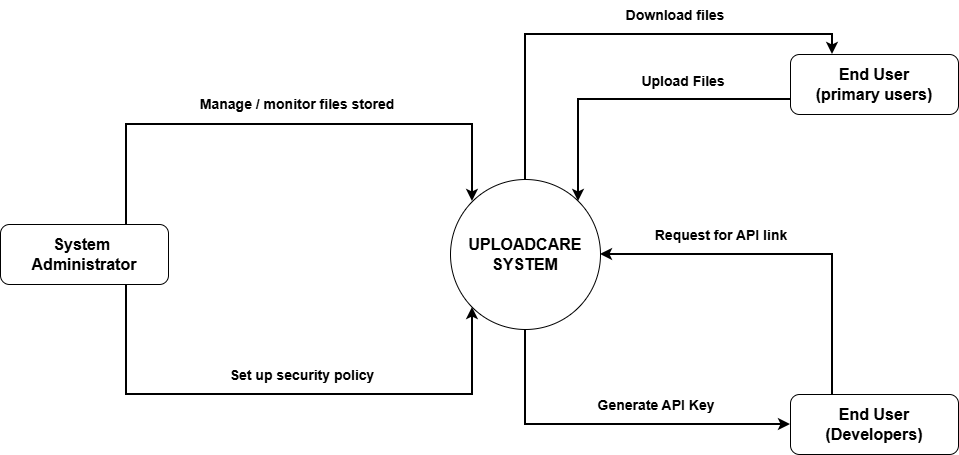
DLMiTech/Project26 keeps this draw.io diagram as FileStorage-Weekend/doc/diagrams/uploadCare/Context.drawio.png. Above is the earlier version. Source tidied: cells renumbered, new cells last; positions are measured from the earlier drawing's top-left corner, leaving out a move shared by most shapes. The source it was exported from:
```xml
<mxGraphModel>
  <root>
    <mxCell id="0" />
    <mxCell id="1" parent="0" />
    <mxCell id="2" style="edgeStyle=orthogonalEdgeStyle;rounded=0;jettySize=auto;html=1;exitX=0.5;exitY=1;exitDx=0;exitDy=0;entryX=0;entryY=0.5;entryDx=0;entryDy=0;strokeWidth=2;" parent="1" edge="1" source="3" target="8">
      <mxGeometry relative="1" as="geometry" />
    </mxCell>
    <mxCell id="3" value="&lt;font size=&quot;3&quot;&gt;&lt;b&gt;UPLOADCARE&lt;/b&gt;&lt;/font&gt;&lt;div&gt;&lt;font size=&quot;3&quot;&gt;&lt;b&gt;SYSTEM&lt;/b&gt;&lt;/font&gt;&lt;/div&gt;" style="ellipse;whiteSpace=wrap;html=1;" parent="1" vertex="1">
      <mxGeometry x="450" y="179" width="150" height="150" as="geometry" />
    </mxCell>
    <mxCell id="4" style="edgeStyle=orthogonalEdgeStyle;rounded=0;jettySize=auto;html=1;exitX=0;exitY=0.75;exitDx=0;exitDy=0;entryX=1;entryY=0;entryDx=0;entryDy=0;strokeWidth=2;" parent="1" edge="1" source="6" target="3">
      <mxGeometry relative="1" as="geometry" />
    </mxCell>
    <mxCell id="5" style="edgeStyle=orthogonalEdgeStyle;rounded=0;jettySize=auto;html=1;exitX=0.25;exitY=0;exitDx=0;exitDy=0;entryX=0.5;entryY=0;entryDx=0;entryDy=0;startArrow=classic;startFill=1;endArrow=none;endFill=0;strokeWidth=2;" parent="1" edge="1" source="6" target="3">
      <mxGeometry relative="1" as="geometry" />
    </mxCell>
    <mxCell id="6" value="&lt;font size=&quot;3&quot;&gt;&lt;b&gt;End User&lt;/b&gt;&lt;/font&gt;&lt;div&gt;&lt;font size=&quot;3&quot;&gt;&lt;b&gt;(primary users)&lt;/b&gt;&lt;/font&gt;&lt;/div&gt;" style="rounded=1;whiteSpace=wrap;html=1;" parent="1" vertex="1">
      <mxGeometry x="790" y="54" width="168" height="60" as="geometry" />
    </mxCell>
    <mxCell id="7" style="edgeStyle=orthogonalEdgeStyle;rounded=0;jettySize=auto;html=1;exitX=0.25;exitY=0;exitDx=0;exitDy=0;entryX=1;entryY=0.5;entryDx=0;entryDy=0;strokeWidth=2;" parent="1" edge="1" source="8" target="3">
      <mxGeometry relative="1" as="geometry" />
    </mxCell>
    <mxCell id="8" value="&lt;font size=&quot;3&quot;&gt;&lt;b&gt;End User&lt;/b&gt;&lt;/font&gt;&lt;div&gt;&lt;font size=&quot;3&quot;&gt;&lt;b&gt;(Developers)&lt;/b&gt;&lt;/font&gt;&lt;/div&gt;" style="rounded=1;whiteSpace=wrap;html=1;" parent="1" vertex="1">
      <mxGeometry x="790" y="394" width="168" height="60" as="geometry" />
    </mxCell>
    <mxCell id="9" style="edgeStyle=orthogonalEdgeStyle;rounded=0;jettySize=auto;html=1;exitX=0.75;exitY=0;exitDx=0;exitDy=0;entryX=0;entryY=0;entryDx=0;entryDy=0;strokeWidth=2;" parent="1" edge="1" source="11" target="3">
      <mxGeometry relative="1" as="geometry">
        <Array as="points">
          <mxPoint x="126" y="124" />
          <mxPoint x="472" y="124" />
        </Array>
      </mxGeometry>
    </mxCell>
    <mxCell id="10" style="edgeStyle=orthogonalEdgeStyle;rounded=0;jettySize=auto;html=1;exitX=0.75;exitY=1;exitDx=0;exitDy=0;entryX=0;entryY=1;entryDx=0;entryDy=0;strokeWidth=2;" parent="1" edge="1" source="11" target="3">
      <mxGeometry relative="1" as="geometry">
        <Array as="points">
          <mxPoint x="126" y="394" />
          <mxPoint x="472" y="394" />
        </Array>
      </mxGeometry>
    </mxCell>
    <mxCell id="11" value="&lt;font size=&quot;3&quot;&gt;&lt;b&gt;System&amp;nbsp;&lt;/b&gt;&lt;/font&gt;&lt;div&gt;&lt;font size=&quot;3&quot;&gt;&lt;b&gt;Administrator&lt;/b&gt;&lt;/font&gt;&lt;/div&gt;" style="rounded=1;whiteSpace=wrap;html=1;" parent="1" vertex="1">
      <mxGeometry y="224" width="168" height="60" as="geometry" />
    </mxCell>
    <mxCell id="12" value="&lt;span style=&quot;font-size: 14px;&quot;&gt;&lt;b&gt;Manage / monitor files stored&amp;nbsp;&lt;/b&gt;&lt;/span&gt;" style="text;html=1;whiteSpace=wrap;strokeColor=none;fillColor=none;align=center;verticalAlign=middle;rounded=0;" parent="1" vertex="1">
      <mxGeometry x="191" y="89" width="216" height="30" as="geometry" />
    </mxCell>
    <mxCell id="13" value="&lt;span style=&quot;font-size: 14px;&quot;&gt;&lt;b&gt;Download files&lt;/b&gt;&lt;/span&gt;" style="text;html=1;whiteSpace=wrap;strokeColor=none;fillColor=none;align=center;verticalAlign=middle;rounded=0;" parent="1" vertex="1">
      <mxGeometry x="595" width="160" height="30" as="geometry" />
    </mxCell>
    <mxCell id="14" value="&lt;span style=&quot;font-size: 14px;&quot;&gt;&lt;b&gt;Upload Files&lt;/b&gt;&lt;/span&gt;" style="text;html=1;whiteSpace=wrap;strokeColor=none;fillColor=none;align=center;verticalAlign=middle;rounded=0;" parent="1" vertex="1">
      <mxGeometry x="603" y="66" width="160" height="30" as="geometry" />
    </mxCell>
    <mxCell id="15" value="&lt;span style=&quot;font-size: 14px;&quot;&gt;&lt;b&gt;Request for API link&lt;/b&gt;&lt;/span&gt;" style="text;html=1;whiteSpace=wrap;strokeColor=none;fillColor=none;align=center;verticalAlign=middle;rounded=0;" parent="1" vertex="1">
      <mxGeometry x="641" y="220" width="160" height="30" as="geometry" />
    </mxCell>
    <mxCell id="16" value="&lt;span style=&quot;font-size: 14px;&quot;&gt;&lt;b&gt;Generate API Key&lt;/b&gt;&lt;/span&gt;" style="text;html=1;whiteSpace=wrap;strokeColor=none;fillColor=none;align=center;verticalAlign=middle;rounded=0;" parent="1" vertex="1">
      <mxGeometry x="576" y="390" width="160" height="30" as="geometry" />
    </mxCell>
    <mxCell id="17" value="&lt;span style=&quot;font-size: 14px;&quot;&gt;&lt;b&gt;Set up security policy&amp;nbsp;&lt;/b&gt;&lt;/span&gt;" style="text;html=1;whiteSpace=wrap;strokeColor=none;fillColor=none;align=center;verticalAlign=middle;rounded=0;" parent="1" vertex="1">
      <mxGeometry x="224" y="360" width="160" height="30" as="geometry" />
    </mxCell>
  </root>
</mxGraphModel>
```
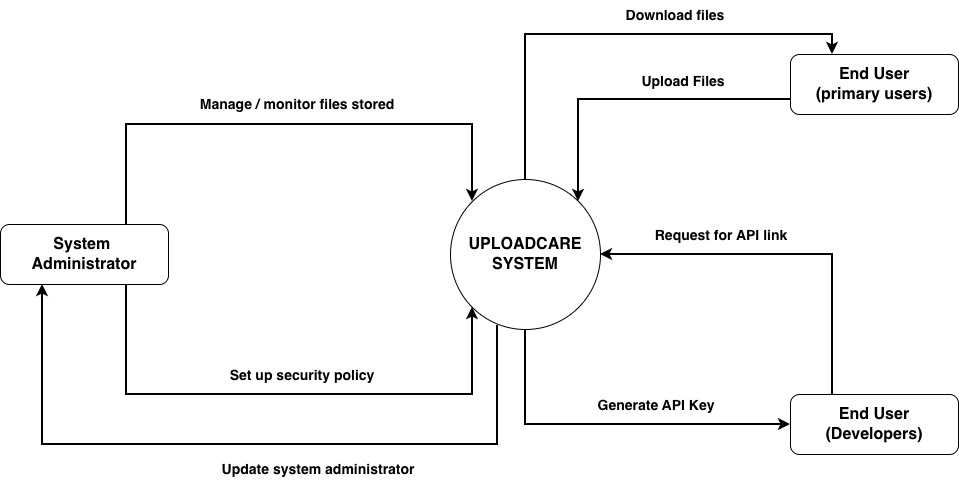
After the commit.

Change to the diagram source:
```diff
@@ -60,5 +60,16 @@
     <mxCell id="17" value="&lt;span style=&quot;font-size: 14px;&quot;&gt;&lt;b&gt;Set up security policy&amp;nbsp;&lt;/b&gt;&lt;/span&gt;" style="text;html=1;whiteSpace=wrap;strokeColor=none;fillColor=none;align=center;verticalAlign=middle;rounded=0;" parent="1" vertex="1">
       <mxGeometry x="224" y="360" width="160" height="30" as="geometry" />
     </mxCell>
+    <mxCell id="18" style="edgeStyle=orthogonalEdgeStyle;rounded=0;jettySize=auto;html=1;exitX=0.25;exitY=1;exitDx=0;exitDy=0;entryX=0.313;entryY=0.973;entryDx=0;entryDy=0;entryPerimeter=0;endSize=7;strokeWidth=2;endArrow=none;endFill=0;startArrow=classic;startFill=1;" parent="1" edge="1" source="11" target="3">
+      <mxGeometry relative="1" as="geometry">
+        <Array as="points">
+          <mxPoint x="42" y="444" />
+          <mxPoint x="497" y="444" />
+        </Array>
+      </mxGeometry>
+    </mxCell>
+    <mxCell id="19" value="&lt;span style=&quot;font-size: 14px;&quot;&gt;&lt;b&gt;Update system administrator&amp;nbsp;&lt;/b&gt;&lt;/span&gt;" style="text;html=1;whiteSpace=wrap;strokeColor=none;fillColor=none;align=center;verticalAlign=middle;rounded=0;" parent="1" vertex="1">
+      <mxGeometry x="210" y="454" width="220" height="30" as="geometry" />
+    </mxCell>
   </root>
 </mxGraphModel>
```
